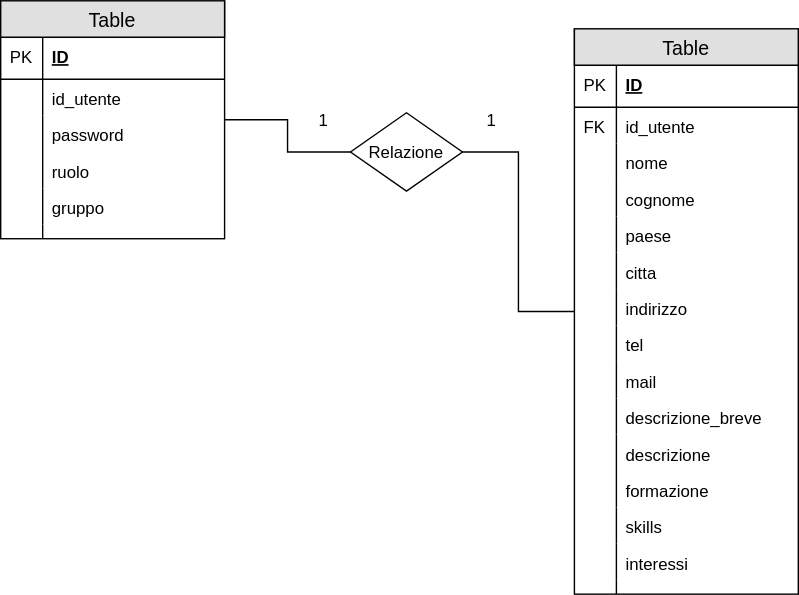
The draw.io diagram diagram.svg in edoardocollo/php-oop-2, before a commit. Source tidied: cells renumbered, new cells last; positions are measured from the earlier drawing's top-left corner, leaving out a move shared by most shapes.
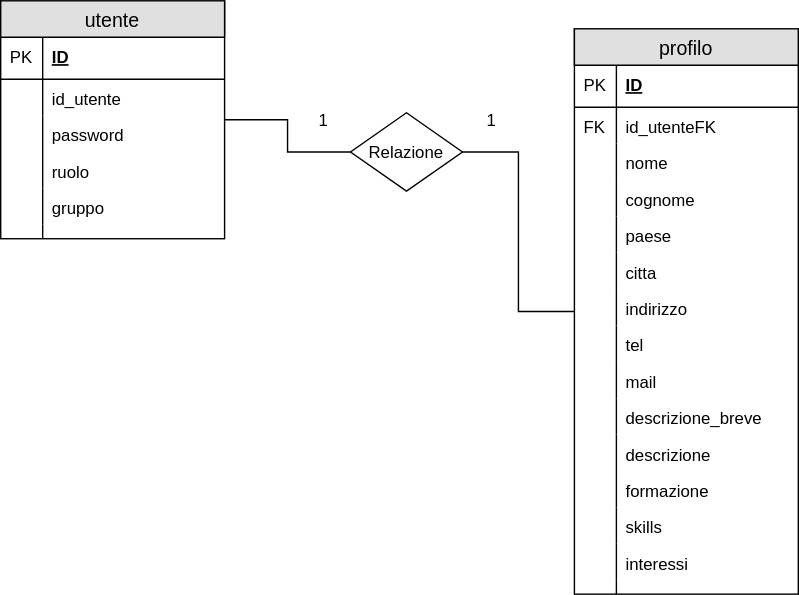
After the commit.

Change to the diagram source:
```diff
@@ -2,7 +2,7 @@
   <root>
     <mxCell id="0" />
     <mxCell id="1" parent="0" />
-    <mxCell id="2" value="Table" style="swimlane;fontStyle=0;horizontal=1;startSize=26;fillColor=#e0e0e0;swimlaneFillColor=#ffffff;align=center;fontSize=14;" parent="1" vertex="1">
+    <mxCell id="2" value="utente" style="swimlane;fontStyle=0;horizontal=1;startSize=26;fillColor=#e0e0e0;swimlaneFillColor=#ffffff;align=center;fontSize=14;" parent="1" vertex="1">
       <mxGeometry width="160" height="170" as="geometry" />
     </mxCell>
     <mxCell id="3" value="ID" style="shape=partialRectangle;top=0;left=0;right=0;bottom=1;align=left;verticalAlign=middle;fillColor=none;spacingLeft=34;spacingRight=4;overflow=hidden;fontStyle=5;fontSize=12;" parent="2" vertex="1">
@@ -41,7 +41,7 @@
     <mxCell id="14" style="shape=partialRectangle;top=0;left=0;bottom=0;fillColor=none;align=left;verticalAlign=top;spacingLeft=4;spacingRight=4;overflow=hidden;fontSize=12;" parent="13" vertex="1">
       <mxGeometry width="30" height="10" as="geometry" />
     </mxCell>
-    <mxCell id="15" value="Table" style="swimlane;fontStyle=0;horizontal=1;startSize=26;fillColor=#e0e0e0;swimlaneFillColor=#ffffff;align=center;fontSize=14;" parent="1" vertex="1">
+    <mxCell id="15" value="profilo" style="swimlane;fontStyle=0;horizontal=1;startSize=26;fillColor=#e0e0e0;swimlaneFillColor=#ffffff;align=center;fontSize=14;" parent="1" vertex="1">
       <mxGeometry x="410" y="20" width="160" height="404" as="geometry" />
     </mxCell>
     <mxCell id="16" value="ID" style="shape=partialRectangle;top=0;left=0;right=0;bottom=1;align=left;verticalAlign=middle;fillColor=none;spacingLeft=34;spacingRight=4;overflow=hidden;fontStyle=5;fontSize=12;" parent="15" vertex="1">
@@ -50,7 +50,7 @@
     <mxCell id="17" value="PK" style="shape=partialRectangle;top=0;left=0;bottom=0;fillColor=none;align=left;verticalAlign=middle;spacingLeft=4;spacingRight=4;overflow=hidden;fontSize=12;" parent="16" vertex="1">
       <mxGeometry width="30" height="30" as="geometry" />
     </mxCell>
-    <mxCell id="18" value="id_utente" style="shape=partialRectangle;top=0;left=0;right=0;bottom=0;align=left;verticalAlign=top;fillColor=none;spacingLeft=34;spacingRight=4;overflow=hidden;fontSize=12;" parent="15" vertex="1">
+    <mxCell id="18" value="id_utenteFK" style="shape=partialRectangle;top=0;left=0;right=0;bottom=0;align=left;verticalAlign=top;fillColor=none;spacingLeft=34;spacingRight=4;overflow=hidden;fontSize=12;" parent="15" vertex="1">
       <mxGeometry y="56" width="160" height="26" as="geometry" />
     </mxCell>
     <mxCell id="19" value="FK" style="shape=partialRectangle;top=0;left=0;bottom=0;fillColor=none;align=left;verticalAlign=top;spacingLeft=4;spacingRight=4;overflow=hidden;fontSize=12;" parent="18" vertex="1">
```
